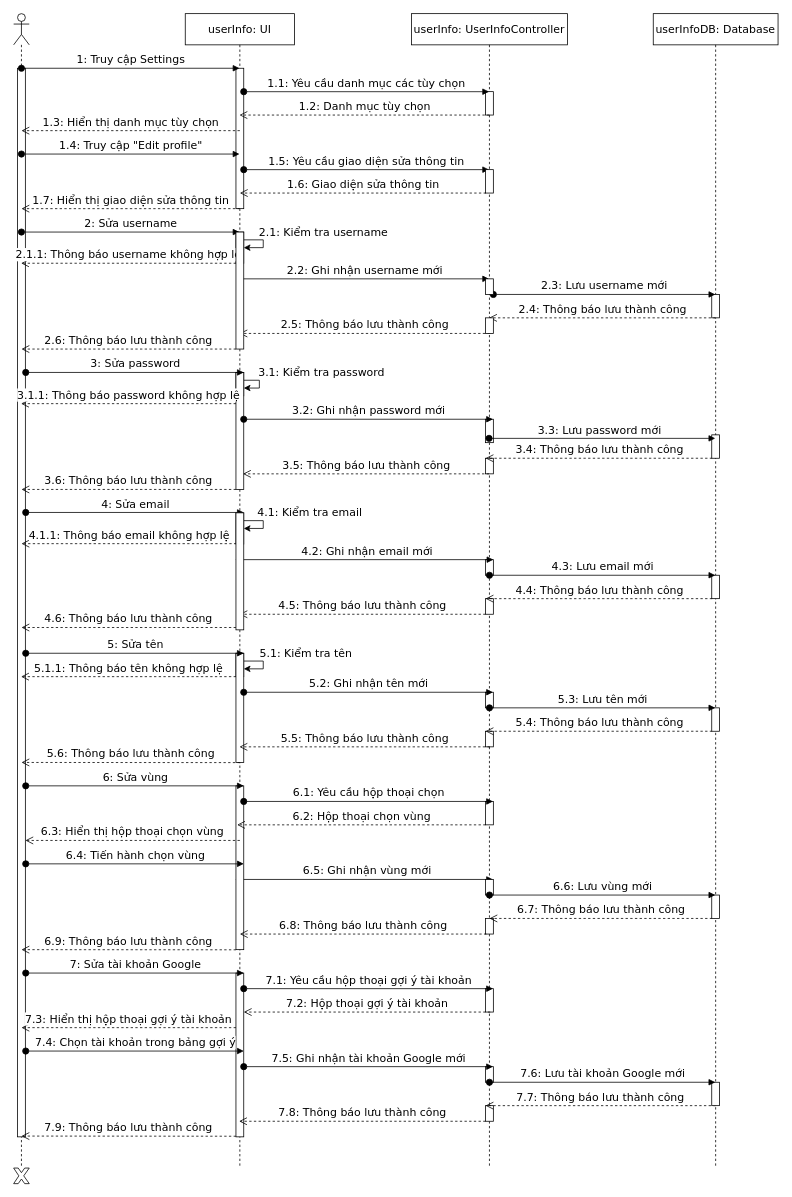
Earlier version of the draw.io diagram ToDoApp-Doc/Document/Diagram/Sequence Diagram/ManageUserInfo/ManageUserInfo-SD-final.drawio (Merevoli-DatLuu/To-Do-App). Source tidied: cells renumbered, new cells numbered last; positions are measured from the earlier drawing's top-left corner, leaving out a move shared by most shapes. Both pictures are drawn from the tidied source at 78%, with x=0, y=0 at pixel (13, 13).
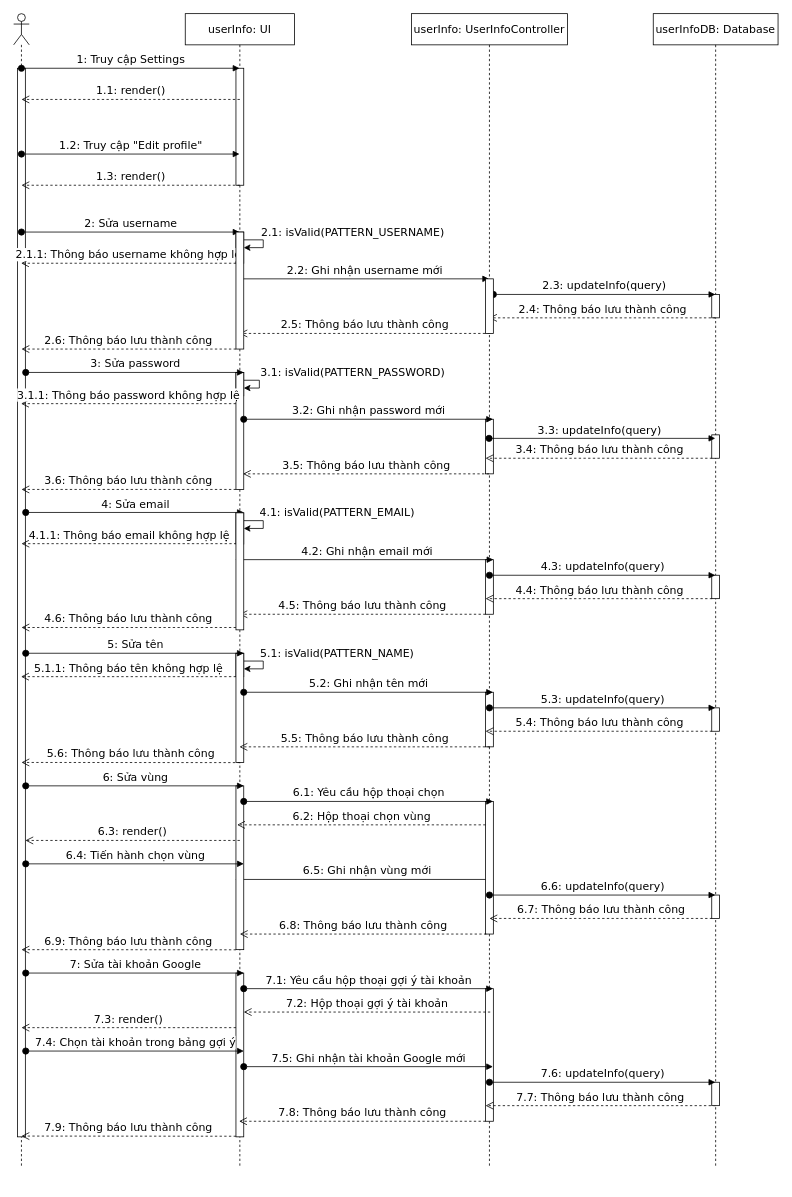
The same diagram, later.

Commit message (it also covers changes not shown here):
[Modified]: Edit ManageUserInfo Sequence Diagram

The change refers to these unchanged cells:
```xml
<mxCell id="4" value="userInfo: UI" style="shape=umlLifeline;perimeter=lifelinePerimeter;whiteSpace=wrap;html=1;outlineConnect=0;fontFamily=Verdana;fontSize=14;" parent="1" vertex="1">
  <mxGeometry x="220" width="140" height="1480" as="geometry" />
</mxCell>
<mxCell id="20" value="userInfo: UserInfoController" style="shape=umlLifeline;perimeter=lifelinePerimeter;whiteSpace=wrap;html=1;outlineConnect=0;fontFamily=Verdana;fontSize=14;" parent="1" vertex="1">
  <mxGeometry x="510" width="200" height="1480" as="geometry" />
</mxCell>
```

The edit, as a diff of the source:
```diff
@@
     <mxCell id="7" style="html=1;points=[];perimeter=orthogonalPerimeter;fontFamily=Verdana;fontSize=14;" parent="4" vertex="1">
-      <mxGeometry x="65" y="70" width="10" height="180" as="geometry" />
+      <mxGeometry x="65" y="70" width="10" height="150" as="geometry" />
     </mxCell>
-    <mxCell id="8" value="1.5: Yêu cầu giao diện sửa thông tin" style="html=1;verticalAlign=bottom;startArrow=oval;startFill=1;endArrow=block;startSize=8;fontFamily=Verdana;fontSize=14;" parent="4" edge="1" target="20">
-      <mxGeometry relative="1" as="geometry">
-        <mxPoint x="75" y="200" as="sourcePoint" />
-      </mxGeometry>
-    </mxCell>
@@
-    <mxCell id="21" style="html=1;perimeter=orthogonalPerimeter;fontFamily=Verdana;fontSize=14;" parent="20" vertex="1">
-      <mxGeometry x="95" y="100" width="10" height="30" as="geometry" />
-    </mxCell>
-    <mxCell id="22" style="html=1;perimeter=orthogonalPerimeter;fontFamily=Verdana;fontSize=14;" parent="20" vertex="1">
-      <mxGeometry x="95" y="200" width="10" height="30" as="geometry" />
-    </mxCell>
     <mxCell id="23" style="html=1;perimeter=orthogonalPerimeter;fontFamily=Verdana;fontSize=14;" parent="20" vertex="1">
-      <mxGeometry x="95" y="520" width="10" height="30" as="geometry" />
+      <mxGeometry x="95" y="520" width="10" height="70" as="geometry" />
     </mxCell>
-    <mxCell id="24" style="html=1;perimeter=orthogonalPerimeter;fontFamily=Verdana;fontSize=14;" parent="20" vertex="1">
-      <mxGeometry x="95" y="570" width="10" height="20" as="geometry" />
-    </mxCell>
     <mxCell id="25" style="html=1;perimeter=orthogonalPerimeter;fontFamily=Verdana;fontSize=14;" parent="20" vertex="1">
-      <mxGeometry x="95" y="700" width="10" height="20" as="geometry" />
+      <mxGeometry x="95" y="700" width="10" height="70" as="geometry" />
     </mxCell>
-    <mxCell id="26" style="html=1;perimeter=orthogonalPerimeter;fontFamily=Verdana;fontSize=14;" parent="20" vertex="1">
-      <mxGeometry x="95" y="750" width="10" height="20" as="geometry" />
-    </mxCell>
     <mxCell id="27" style="html=1;perimeter=orthogonalPerimeter;fontFamily=Verdana;fontSize=14;" parent="20" vertex="1">
-      <mxGeometry x="95" y="870" width="10" height="20" as="geometry" />
+      <mxGeometry x="95" y="870" width="10" height="70" as="geometry" />
     </mxCell>
-    <mxCell id="28" style="html=1;perimeter=orthogonalPerimeter;fontFamily=Verdana;fontSize=14;" parent="20" vertex="1">
-      <mxGeometry x="95" y="920" width="10" height="20" as="geometry" />
-    </mxCell>
     <mxCell id="29" style="html=1;perimeter=orthogonalPerimeter;fontFamily=Verdana;fontSize=14;" parent="20" vertex="1">
-      <mxGeometry x="95" y="1010" width="10" height="30" as="geometry" />
+      <mxGeometry x="95" y="1010" width="10" height="170" as="geometry" />
     </mxCell>
-    <mxCell id="30" style="html=1;perimeter=orthogonalPerimeter;fontFamily=Verdana;fontSize=14;" parent="20" vertex="1">
-      <mxGeometry x="95" y="1110" width="10" height="20" as="geometry" />
-    </mxCell>
-    <mxCell id="31" style="html=1;perimeter=orthogonalPerimeter;fontFamily=Verdana;fontSize=14;" parent="20" vertex="1">
-      <mxGeometry x="95" y="1160" width="10" height="20" as="geometry" />
-    </mxCell>
     <mxCell id="32" style="html=1;perimeter=orthogonalPerimeter;fontFamily=Verdana;fontSize=14;" parent="20" vertex="1">
-      <mxGeometry x="95" y="1250" width="10" height="30" as="geometry" />
+      <mxGeometry x="95" y="1250" width="10" height="170" as="geometry" />
     </mxCell>
-    <mxCell id="33" style="html=1;perimeter=orthogonalPerimeter;fontFamily=Verdana;fontSize=14;" parent="20" vertex="1">
-      <mxGeometry x="95" y="1350" width="10" height="20" as="geometry" />
-    </mxCell>
-    <mxCell id="34" style="html=1;perimeter=orthogonalPerimeter;fontFamily=Verdana;fontSize=14;" parent="20" vertex="1">
-      <mxGeometry x="95" y="1400" width="10" height="20" as="geometry" />
-    </mxCell>
@@
-    <mxCell id="44" value="1.1: Yêu cầu danh mục các tùy chọn" style="html=1;verticalAlign=bottom;startArrow=oval;startFill=1;endArrow=block;startSize=8;fontFamily=Verdana;fontSize=14;exitX=1;exitY=0.167;exitDx=0;exitDy=0;exitPerimeter=0;" parent="1" edge="1" source="7" target="20">
-      <mxGeometry relative="1" as="geometry" />
-    </mxCell>
-    <mxCell id="45" value="1.2: Danh mục tùy chọn" style="html=1;verticalAlign=bottom;endArrow=open;dashed=1;endSize=8;fontFamily=Verdana;fontSize=14;" parent="1" edge="1">
-      <mxGeometry relative="1" as="geometry">
-        <mxPoint x="610" y="130" as="sourcePoint" />
-        <mxPoint x="289.5" y="130" as="targetPoint" />
-      </mxGeometry>
-    </mxCell>
-    <mxCell id="46" value="1.4: Truy cập &quot;Edit profile&quot;" style="html=1;verticalAlign=bottom;startArrow=oval;startFill=1;endArrow=block;startSize=8;fontFamily=Verdana;fontSize=14;" parent="1" edge="1">
+    <mxCell id="46" value="1.2: Truy cập &quot;Edit profile&quot;" style="html=1;verticalAlign=bottom;startArrow=oval;startFill=1;endArrow=block;startSize=8;fontFamily=Verdana;fontSize=14;" parent="1" edge="1">
       <mxGeometry relative="1" as="geometry">
         <mxPoint x="10" y="180" as="sourcePoint" />
         <mxPoint x="289.5" y="180" as="targetPoint" />
       </mxGeometry>
     </mxCell>
@@
-    <mxCell id="48" value="2.1: Kiểm tra username" style="text;html=1;strokeColor=none;fillColor=none;align=center;verticalAlign=middle;whiteSpace=wrap;rounded=0;fontFamily=Verdana;fontSize=14;" parent="1" vertex="1">
-      <mxGeometry x="310" y="270" width="175" height="20" as="geometry" />
+    <mxCell id="48" value="2.1: isValid(PATTERN_USERNAME)" style="text;html=1;strokeColor=none;fillColor=none;align=center;verticalAlign=middle;whiteSpace=wrap;rounded=0;fontFamily=Verdana;fontSize=14;" parent="1" vertex="1">
+      <mxGeometry x="310" y="270" width="250" height="20" as="geometry" />
     </mxCell>
@@
-    <mxCell id="51" value="2.3: Lưu username mới" style="html=1;verticalAlign=bottom;startArrow=oval;startFill=1;endArrow=block;startSize=8;fontFamily=Verdana;fontSize=14;" parent="1" edge="1" source="83">
+    <mxCell id="51" value="2.3: updateInfo(query)" style="html=1;verticalAlign=bottom;startArrow=oval;startFill=1;endArrow=block;startSize=8;fontFamily=Verdana;fontSize=14;" parent="1" edge="1" source="83">
       <mxGeometry relative="1" as="geometry">
         <mxPoint x="899.5" y="360" as="targetPoint" />
       </mxGeometry>
     </mxCell>
@@
-    <mxCell id="54" value="3.1: Kiểm tra password" style="text;html=1;strokeColor=none;fillColor=none;align=center;verticalAlign=middle;whiteSpace=wrap;rounded=0;fontFamily=Verdana;fontSize=14;" parent="1" vertex="1">
-      <mxGeometry x="310" y="450" width="170" height="20" as="geometry" />
+    <mxCell id="54" value="3.1: isValid(PATTERN_PASSWORD)" style="text;html=1;strokeColor=none;fillColor=none;align=center;verticalAlign=middle;whiteSpace=wrap;rounded=0;fontFamily=Verdana;fontSize=14;" parent="1" vertex="1">
+      <mxGeometry x="310" y="450" width="250" height="20" as="geometry" />
     </mxCell>
@@
-    <mxCell id="56" value="3.3: Lưu password mới" style="html=1;verticalAlign=bottom;startArrow=oval;startFill=1;endArrow=block;startSize=8;fontFamily=Verdana;fontSize=14;" parent="1" edge="1">
+    <mxCell id="56" value="3.3: updateInfo(query)" style="html=1;verticalAlign=bottom;startArrow=oval;startFill=1;endArrow=block;startSize=8;fontFamily=Verdana;fontSize=14;" parent="1" edge="1">
       <mxGeometry x="-0.03" relative="1" as="geometry">
         <mxPoint x="609.5" y="544.5" as="sourcePoint" />
         <mxPoint x="899.5" y="544.5" as="targetPoint" />
       </mxGeometry>
     </mxCell>
@@
-    <mxCell id="58" value="4.1: Kiểm tra email" style="text;html=1;strokeColor=none;fillColor=none;align=center;verticalAlign=middle;whiteSpace=wrap;rounded=0;fontFamily=Verdana;fontSize=14;" parent="1" vertex="1">
-      <mxGeometry x="310" y="630" width="140" height="20" as="geometry" />
+    <mxCell id="58" value="4.1: isValid(PATTERN_EMAIL)" style="text;html=1;strokeColor=none;fillColor=none;align=center;verticalAlign=middle;whiteSpace=wrap;rounded=0;fontFamily=Verdana;fontSize=14;" parent="1" vertex="1">
+      <mxGeometry x="310" y="630" width="210" height="20" as="geometry" />
     </mxCell>
@@
-    <mxCell id="60" value="4.3: Lưu email mới" style="html=1;verticalAlign=bottom;startArrow=oval;startFill=1;endArrow=block;startSize=8;fontFamily=Verdana;fontSize=14;" parent="1" edge="1">
+    <mxCell id="60" value="4.3: updateInfo(query)" style="html=1;verticalAlign=bottom;startArrow=oval;startFill=1;endArrow=block;startSize=8;fontFamily=Verdana;fontSize=14;" parent="1" edge="1">
       <mxGeometry relative="1" as="geometry">
         <mxPoint x="610" y="720" as="sourcePoint" />
         <mxPoint x="899.5" y="720" as="targetPoint" />
       </mxGeometry>
     </mxCell>
@@
-    <mxCell id="64" value="5.3: Lưu tên mới" style="html=1;verticalAlign=bottom;startArrow=oval;startFill=1;endArrow=block;startSize=8;fontFamily=Verdana;fontSize=14;" parent="1" edge="1">
+    <mxCell id="64" value="5.3: updateInfo(query)" style="html=1;verticalAlign=bottom;startArrow=oval;startFill=1;endArrow=block;startSize=8;fontFamily=Verdana;fontSize=14;" parent="1" edge="1">
       <mxGeometry relative="1" as="geometry">
         <mxPoint x="610" y="890" as="sourcePoint" />
         <mxPoint x="899.5" y="890" as="targetPoint" />
       </mxGeometry>
     </mxCell>
-    <mxCell id="65" value="5.1: Kiểm tra tên" style="text;html=1;strokeColor=none;fillColor=none;align=center;verticalAlign=middle;whiteSpace=wrap;rounded=0;fontFamily=Verdana;fontSize=14;" parent="1" vertex="1">
-      <mxGeometry x="310" y="810" width="130" height="20" as="geometry" />
+    <mxCell id="65" value="5.1: isValid(PATTERN_NAME)" style="text;html=1;strokeColor=none;fillColor=none;align=center;verticalAlign=middle;whiteSpace=wrap;rounded=0;fontFamily=Verdana;fontSize=14;" parent="1" vertex="1">
+      <mxGeometry x="310" y="810" width="210" height="20" as="geometry" />
     </mxCell>
@@
-    <mxCell id="70" value="6.6: Lưu vùng mới" style="html=1;verticalAlign=bottom;startArrow=oval;startFill=1;endArrow=block;startSize=8;fontFamily=Verdana;fontSize=14;" parent="1" edge="1">
+    <mxCell id="70" value="6.6: updateInfo(query)" style="html=1;verticalAlign=bottom;startArrow=oval;startFill=1;endArrow=block;startSize=8;fontFamily=Verdana;fontSize=14;" parent="1" edge="1">
       <mxGeometry relative="1" as="geometry">
         <mxPoint x="610" y="1130" as="sourcePoint" />
         <mxPoint x="899.5" y="1130" as="targetPoint" />
       </mxGeometry>
     </mxCell>
@@
-    <mxCell id="75" value="7.6: Lưu tài khoản Google mới" style="html=1;verticalAlign=bottom;startArrow=oval;startFill=1;endArrow=block;startSize=8;fontFamily=Verdana;fontSize=14;" parent="1" edge="1">
+    <mxCell id="75" value="7.6: updateInfo(query)" style="html=1;verticalAlign=bottom;startArrow=oval;startFill=1;endArrow=block;startSize=8;fontFamily=Verdana;fontSize=14;" parent="1" edge="1">
       <mxGeometry relative="1" as="geometry">
         <mxPoint x="610" y="1370" as="sourcePoint" />
         <mxPoint x="899.5" y="1370" as="targetPoint" />
       </mxGeometry>
     </mxCell>
-    <mxCell id="76" style="verticalLabelPosition=bottom;verticalAlign=top;html=1;shape=mxgraph.basic.x;fontFamily=Verdana;fontSize=14;" parent="1" vertex="1">
-      <mxGeometry y="1480" width="20" height="20" as="geometry" />
-    </mxCell>
-    <mxCell id="77" value="1.3: Hiển thị danh mục tùy chọn" style="html=1;verticalAlign=bottom;endArrow=open;dashed=1;endSize=8;fontFamily=Verdana;fontSize=14;" parent="1" edge="1">
+    <mxCell id="77" value="1.1: render()" style="html=1;verticalAlign=bottom;endArrow=open;dashed=1;endSize=8;fontFamily=Verdana;fontSize=14;" parent="1" edge="1">
       <mxGeometry relative="1" as="geometry">
-        <mxPoint x="290" y="150" as="sourcePoint" />
-        <mxPoint x="10" y="150" as="targetPoint" />
+        <mxPoint x="290" y="110" as="sourcePoint" />
+        <mxPoint x="10" y="110" as="targetPoint" />
       </mxGeometry>
     </mxCell>
-    <mxCell id="78" value="1.6: Giao diện sửa thông tin" style="html=1;verticalAlign=bottom;endArrow=open;dashed=1;endSize=8;fontFamily=Verdana;fontSize=14;" parent="1" edge="1">
-      <mxGeometry relative="1" as="geometry">
-        <mxPoint x="605.5" y="230" as="sourcePoint" />
-        <mxPoint x="290" y="230" as="targetPoint" />
-      </mxGeometry>
-    </mxCell>
-    <mxCell id="79" value="1.7: Hiển thị giao diện sửa thông tin" style="html=1;verticalAlign=bottom;endArrow=open;dashed=1;endSize=8;fontFamily=Verdana;fontSize=14;" parent="1" edge="1">
+    <mxCell id="79" value="1.3: render()" style="html=1;verticalAlign=bottom;endArrow=open;dashed=1;endSize=8;fontFamily=Verdana;fontSize=14;" parent="1" edge="1">
       <mxGeometry relative="1" as="geometry">
-        <mxPoint x="290" y="250" as="sourcePoint" />
-        <mxPoint x="10" y="250" as="targetPoint" />
+        <mxPoint x="290" y="220" as="sourcePoint" />
+        <mxPoint x="10" y="220" as="targetPoint" />
       </mxGeometry>
     </mxCell>
@@
     <mxCell id="83" style="html=1;points=[];perimeter=orthogonalPerimeter;fontFamily=Verdana;fontSize=14;" parent="1" vertex="1">
-      <mxGeometry x="605" y="340" width="10" height="20" as="geometry" />
+      <mxGeometry x="605" y="340" width="10" height="70" as="geometry" />
     </mxCell>
-    <mxCell id="84" style="html=1;perimeter=orthogonalPerimeter;fontFamily=Verdana;fontSize=14;" parent="1" vertex="1">
-      <mxGeometry x="605" y="390" width="10" height="20" as="geometry" />
-    </mxCell>
@@
-    <mxCell id="97" value="6.3: Hiển thị hộp thoại chọn vùng" style="html=1;verticalAlign=bottom;endArrow=open;dashed=1;endSize=8;fontFamily=Verdana;fontSize=14;" parent="1" edge="1">
+    <mxCell id="97" value="6.3: render()" style="html=1;verticalAlign=bottom;endArrow=open;dashed=1;endSize=8;fontFamily=Verdana;fontSize=14;" parent="1" edge="1">
       <mxGeometry relative="1" as="geometry">
         <mxPoint x="290" y="1060" as="sourcePoint" />
         <mxPoint x="15" y="1060" as="targetPoint" />
       </mxGeometry>
     </mxCell>
@@
-    <mxCell id="102" value="7.3: Hiển thị hộp thoại gợi ý tài khoản" style="html=1;verticalAlign=bottom;endArrow=open;dashed=1;endSize=8;fontFamily=Verdana;fontSize=14;" parent="1" edge="1">
+    <mxCell id="102" value="7.3: render()" style="html=1;verticalAlign=bottom;endArrow=open;dashed=1;endSize=8;fontFamily=Verdana;fontSize=14;" parent="1" edge="1">
       <mxGeometry relative="1" as="geometry">
         <mxPoint x="285" y="1300" as="sourcePoint" />
         <mxPoint x="10" y="1300" as="targetPoint" />
       </mxGeometry>
     </mxCell>
```
